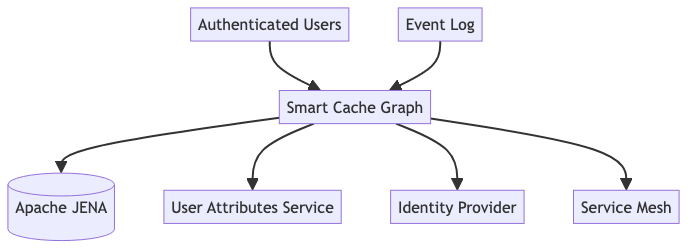
This is docs/images/wsoi.png from telicent-oss/smart-cache-graph, a Mermaid export, as it was before one commit. Its source is kept beside it as docs/diagrams/wsoi.mmd. The source it was exported from:
```mermaid
graph
  G[Smart Cache Graph]
  I[(Apache JENA)]
  Attr[User Attributes Service]
  U[Authenticated Users]
  IdP[Identity Provider]
  M[Service Mesh]
  E[Event Log]

  U --> G
  G --> I
  G --> Attr
  G --> IdP
  G --> M
  E --> G
```
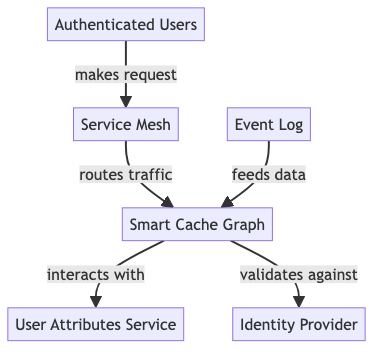
Above is the later version.

Change to the diagram source:
```diff
@@ -1,15 +1,13 @@
 graph
   G[Smart Cache Graph]
-  I[(Apache JENA)]
   Attr[User Attributes Service]
   U[Authenticated Users]
   IdP[Identity Provider]
   M[Service Mesh]
   E[Event Log]
 
-  U --> G
-  G --> I
-  G --> Attr
-  G --> IdP
-  G --> M
-  E --> G
+  U --> |makes request | M
+  G --> |interacts with | Attr
+  G --> |validates against | IdP
+  M --> |routes traffic| G
+  E --> |feeds data | G
```
